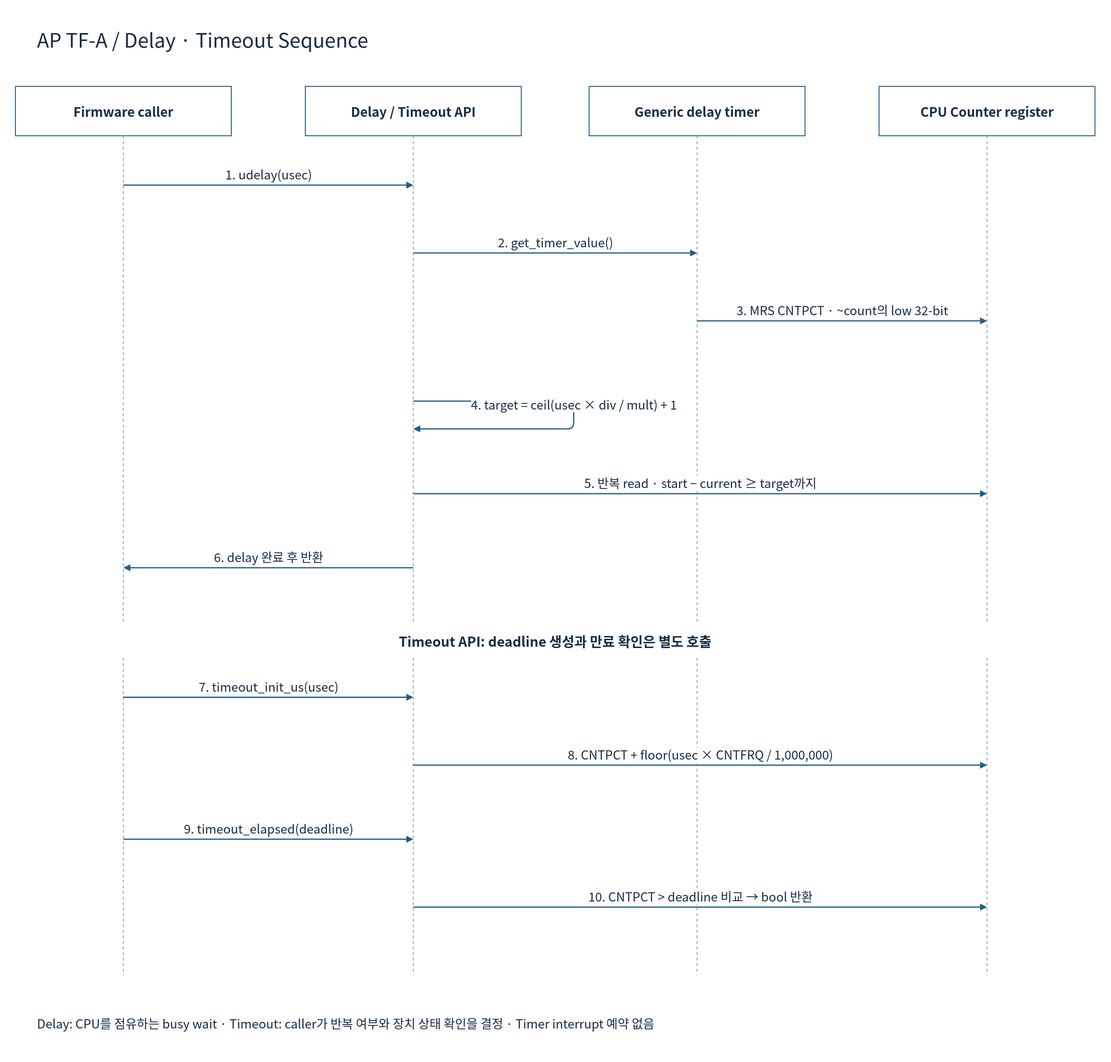
cometzero/project-apollo keeps this draw.io diagram as doc/phase1/timer/diagrams/08c-tfa-delay-sequence.drawio.svg. Above is the earlier version. Source tidied: cells renumbered, new cells last; positions are measured from the earlier drawing's top-left corner, leaving out a move shared by most shapes.
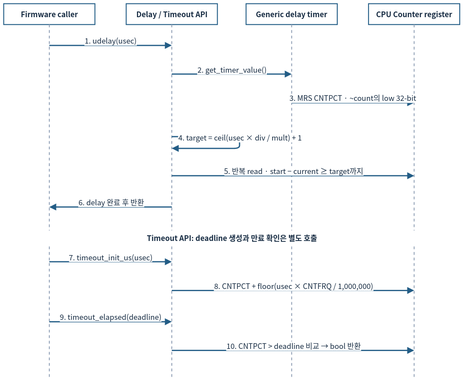
After the change.

What changed in the source:
```diff
@@ -2,127 +2,118 @@
   <root>
     <mxCell id="0" />
     <mxCell id="1" parent="0" />
-    <mxCell id="2" style="rounded=0;whiteSpace=wrap;html=1;fillColor=#FFFFFF;strokeColor=none;strokeWidth=1.5;fontColor=#172C43;fontFamily=Noto Sans CJK KR;fontSize=22;spacing=10;" parent="1" vertex="1">
-      <mxGeometry width="1800" height="1720" as="geometry" />
-    </mxCell>
-    <mxCell id="3" value="AP TF-A / Delay · Timeout Sequence" style="rounded=0;whiteSpace=wrap;html=1;fillColor=#FFFFFF;strokeColor=none;strokeWidth=1.5;fontColor=#172C43;fontFamily=Noto Sans CJK KR;fontSize=22;spacing=10;fontSize=32;align=left;" parent="1" vertex="1">
-      <mxGeometry x="50" y="30" width="1700" height="65" as="geometry" />
-    </mxCell>
-    <mxCell id="4" value="Firmware caller" style="rounded=0;whiteSpace=wrap;html=1;fillColor=#FFFFFF;strokeColor=#235D86;strokeWidth=1.5;fontColor=#172C43;fontFamily=Noto Sans CJK KR;fontSize=22;spacing=10;fontStyle=1;fontSize=21;" parent="1" vertex="1">
-      <mxGeometry x="25" y="140" width="350" height="80" as="geometry" />
+    <mxCell id="4" value="Firmware caller" style="rounded=0;whiteSpace=wrap;html=1;fillColor=#FFFFFF;strokeColor=#235D86;strokeWidth=1.5;fontColor=#172C43;fontFamily=Noto Sans CJK KR;fontStyle=1;fontSize=12;spacing=3;whiteSpace=wrap;" parent="1" vertex="1">
+      <mxGeometry x="12" y="12" width="148" height="33.8" as="geometry" />
     </mxCell>
-    <mxCell id="5" style="endArrow=none;dashed=1;strokeColor=#94A3B8;strokeWidth=1.5;" parent="1" edge="1">
+    <mxCell id="5" style="endArrow=none;dashed=1;strokeColor=#94A3B8;strokeWidth=1.5;fontSize=12;spacing=3;whiteSpace=nowrap;" parent="1" edge="1">
       <mxGeometry relative="1" as="geometry">
-        <mxPoint x="200" y="220" as="sourcePoint" />
-        <mxPoint x="200" y="1580" as="targetPoint" />
+        <mxPoint x="86" y="45.8" as="sourcePoint" />
+        <mxPoint x="86" y="620.9" as="targetPoint" />
       </mxGeometry>
     </mxCell>
-    <mxCell id="6" value="Delay / Timeout API" style="rounded=0;whiteSpace=wrap;html=1;fillColor=#FFFFFF;strokeColor=#235D86;strokeWidth=1.5;fontColor=#172C43;fontFamily=Noto Sans CJK KR;fontSize=22;spacing=10;fontStyle=1;fontSize=21;" parent="1" vertex="1">
-      <mxGeometry x="495" y="140" width="350" height="80" as="geometry" />
+    <mxCell id="6" value="Delay / Timeout API" style="rounded=0;whiteSpace=wrap;html=1;fillColor=#FFFFFF;strokeColor=#235D86;strokeWidth=1.5;fontColor=#172C43;fontFamily=Noto Sans CJK KR;fontStyle=1;fontSize=12;spacing=3;whiteSpace=wrap;" parent="1" vertex="1">
+      <mxGeometry x="210.7" y="12" width="148" height="33.8" as="geometry" />
     </mxCell>
-    <mxCell id="7" style="endArrow=none;dashed=1;strokeColor=#94A3B8;strokeWidth=1.5;" parent="1" edge="1">
+    <mxCell id="7" style="endArrow=none;dashed=1;strokeColor=#94A3B8;strokeWidth=1.5;fontSize=12;spacing=3;whiteSpace=nowrap;" parent="1" edge="1">
       <mxGeometry relative="1" as="geometry">
-        <mxPoint x="670" y="220" as="sourcePoint" />
-        <mxPoint x="670" y="1580" as="targetPoint" />
+        <mxPoint x="284.7" y="45.8" as="sourcePoint" />
+        <mxPoint x="284.7" y="620.9" as="targetPoint" />
       </mxGeometry>
     </mxCell>
-    <mxCell id="8" value="Generic delay timer" style="rounded=0;whiteSpace=wrap;html=1;fillColor=#FFFFFF;strokeColor=#235D86;strokeWidth=1.5;fontColor=#172C43;fontFamily=Noto Sans CJK KR;fontSize=22;spacing=10;fontStyle=1;fontSize=21;" parent="1" vertex="1">
-      <mxGeometry x="955" y="140" width="350" height="80" as="geometry" />
+    <mxCell id="8" value="Generic delay timer" style="rounded=0;whiteSpace=wrap;html=1;fillColor=#FFFFFF;strokeColor=#235D86;strokeWidth=1.5;fontColor=#172C43;fontFamily=Noto Sans CJK KR;fontStyle=1;fontSize=12;spacing=3;whiteSpace=wrap;" parent="1" vertex="1">
+      <mxGeometry x="405.3" y="12" width="148" height="33.8" as="geometry" />
     </mxCell>
-    <mxCell id="9" style="endArrow=none;dashed=1;strokeColor=#94A3B8;strokeWidth=1.5;" parent="1" edge="1">
+    <mxCell id="9" style="endArrow=none;dashed=1;strokeColor=#94A3B8;strokeWidth=1.5;fontSize=12;spacing=3;whiteSpace=nowrap;" parent="1" edge="1">
       <mxGeometry relative="1" as="geometry">
-        <mxPoint x="1130" y="220" as="sourcePoint" />
-        <mxPoint x="1130" y="1580" as="targetPoint" />
+        <mxPoint x="479.3" y="45.8" as="sourcePoint" />
+        <mxPoint x="479.3" y="620.9" as="targetPoint" />
       </mxGeometry>
     </mxCell>
-    <mxCell id="10" value="CPU Counter register" style="rounded=0;whiteSpace=wrap;html=1;fillColor=#FFFFFF;strokeColor=#235D86;strokeWidth=1.5;fontColor=#172C43;fontFamily=Noto Sans CJK KR;fontSize=22;spacing=10;fontStyle=1;fontSize=21;" parent="1" vertex="1">
-      <mxGeometry x="1425" y="140" width="350" height="80" as="geometry" />
+    <mxCell id="10" value="CPU Counter register" style="rounded=0;whiteSpace=wrap;html=1;fillColor=#FFFFFF;strokeColor=#235D86;strokeWidth=1.5;fontColor=#172C43;fontFamily=Noto Sans CJK KR;fontStyle=1;fontSize=12;spacing=3;whiteSpace=wrap;" parent="1" vertex="1">
+      <mxGeometry x="604" y="12" width="148" height="33.8" as="geometry" />
     </mxCell>
-    <mxCell id="11" style="endArrow=none;dashed=1;strokeColor=#94A3B8;strokeWidth=1.5;" parent="1" edge="1">
+    <mxCell id="11" style="endArrow=none;dashed=1;strokeColor=#94A3B8;strokeWidth=1.5;fontSize=12;spacing=3;whiteSpace=nowrap;" parent="1" edge="1">
       <mxGeometry relative="1" as="geometry">
-        <mxPoint x="1600" y="220" as="sourcePoint" />
-        <mxPoint x="1600" y="1580" as="targetPoint" />
+        <mxPoint x="678" y="45.8" as="sourcePoint" />
+        <mxPoint x="678" y="620.9" as="targetPoint" />
       </mxGeometry>
     </mxCell>
-    <mxCell id="12" value="1. udelay(usec)" style="edgeStyle=none;html=1;endArrow=block;endFill=1;strokeColor=#235D86;strokeWidth=2;fontColor=#172C43;fontFamily=Noto Sans CJK KR;fontSize=20;labelBackgroundColor=#FFFFFF;" parent="1" edge="1">
+    <mxCell id="12" value="1. udelay(usec)" style="edgeStyle=none;html=1;endArrow=block;endFill=1;strokeColor=#235D86;strokeWidth=2;fontColor=#172C43;fontFamily=Noto Sans CJK KR;labelBackgroundColor=#FFFFFF;fontSize=12;spacing=3;whiteSpace=nowrap;" parent="1" edge="1">
       <mxGeometry relative="1" as="geometry">
-        <mxPoint x="200" y="300" as="sourcePoint" />
-        <mxPoint x="670" y="300" as="targetPoint" />
-        <mxPoint y="-18" as="offset" />
+        <mxPoint x="86" y="79.7" as="sourcePoint" />
+        <mxPoint x="284.7" y="79.7" as="targetPoint" />
+        <mxPoint y="-7.6" as="offset" />
       </mxGeometry>
     </mxCell>
-    <mxCell id="13" value="2. get_timer_value()" style="edgeStyle=none;html=1;endArrow=block;endFill=1;strokeColor=#235D86;strokeWidth=2;fontColor=#172C43;fontFamily=Noto Sans CJK KR;fontSize=20;labelBackgroundColor=#FFFFFF;" parent="1" edge="1">
+    <mxCell id="13" value="2. get_timer_value()" style="edgeStyle=none;html=1;endArrow=block;endFill=1;strokeColor=#235D86;strokeWidth=2;fontColor=#172C43;fontFamily=Noto Sans CJK KR;labelBackgroundColor=#FFFFFF;fontSize=12;spacing=3;whiteSpace=nowrap;" parent="1" edge="1">
       <mxGeometry relative="1" as="geometry">
-        <mxPoint x="670" y="410" as="sourcePoint" />
-        <mxPoint x="1130" y="410" as="targetPoint" />
-        <mxPoint y="-18" as="offset" />
+        <mxPoint x="284.7" y="126.2" as="sourcePoint" />
+        <mxPoint x="479.3" y="126.2" as="targetPoint" />
+        <mxPoint y="-7.6" as="offset" />
       </mxGeometry>
     </mxCell>
-    <mxCell id="14" value="3. MRS CNTPCT · ~count의 low 32-bit" style="edgeStyle=none;html=1;endArrow=block;endFill=1;strokeColor=#235D86;strokeWidth=2;fontColor=#172C43;fontFamily=Noto Sans CJK KR;fontSize=20;labelBackgroundColor=#FFFFFF;" parent="1" edge="1">
+    <mxCell id="14" value="3. MRS CNTPCT · ~count의 low 32-bit" style="edgeStyle=none;html=1;endArrow=block;endFill=1;strokeColor=#235D86;strokeWidth=2;fontColor=#172C43;fontFamily=Noto Sans CJK KR;labelBackgroundColor=#FFFFFF;fontSize=12;spacing=3;whiteSpace=nowrap;" parent="1" edge="1">
       <mxGeometry relative="1" as="geometry">
-        <mxPoint x="1130" y="520" as="sourcePoint" />
-        <mxPoint x="1600" y="520" as="targetPoint" />
-        <mxPoint y="-18" as="offset" />
+        <mxPoint x="479.3" y="172.7" as="sourcePoint" />
+        <mxPoint x="678" y="172.7" as="targetPoint" />
+        <mxPoint y="-7.6" as="offset" />
       </mxGeometry>
     </mxCell>
-    <mxCell id="15" value="4. target = ceil(usec × div / mult) + 1" style="edgeStyle=none;html=1;endArrow=block;endFill=1;strokeColor=#235D86;strokeWidth=2;fontColor=#172C43;fontFamily=Noto Sans CJK KR;fontSize=20;labelBackgroundColor=#FFFFFF;" parent="1" edge="1">
+    <mxCell id="15" value="4. target = ceil(usec × div / mult) + 1" style="edgeStyle=none;html=1;endArrow=block;endFill=1;strokeColor=#235D86;strokeWidth=2;fontColor=#172C43;fontFamily=Noto Sans CJK KR;labelBackgroundColor=#FFFFFF;fontSize=12;spacing=3;whiteSpace=nowrap;" parent="1" edge="1">
       <mxGeometry relative="1" as="geometry">
-        <mxPoint x="670" y="650" as="sourcePoint" />
-        <mxPoint x="670" y="695" as="targetPoint" />
+        <mxPoint x="284.7" y="227.7" as="sourcePoint" />
+        <mxPoint x="284.7" y="246.7" as="targetPoint" />
         <Array as="points">
-          <mxPoint x="930" y="650" />
-          <mxPoint x="930" y="695" />
+          <mxPoint x="394.7" y="227.7" />
+          <mxPoint x="394.7" y="246.7" />
         </Array>
-        <mxPoint y="-18" as="offset" />
+        <mxPoint y="-7.6" as="offset" />
       </mxGeometry>
     </mxCell>
-    <mxCell id="16" value="5. 반복 read · start − current ≥ target까지" style="edgeStyle=none;html=1;endArrow=block;endFill=1;strokeColor=#235D86;strokeWidth=2;fontColor=#172C43;fontFamily=Noto Sans CJK KR;fontSize=20;labelBackgroundColor=#FFFFFF;" parent="1" edge="1">
+    <mxCell id="16" value="5. 반복 read · start − current ≥ target까지" style="edgeStyle=none;html=1;endArrow=block;endFill=1;strokeColor=#235D86;strokeWidth=2;fontColor=#172C43;fontFamily=Noto Sans CJK KR;labelBackgroundColor=#FFFFFF;fontSize=12;spacing=3;whiteSpace=nowrap;" parent="1" edge="1">
       <mxGeometry relative="1" as="geometry">
-        <mxPoint x="670" y="800" as="sourcePoint" />
-        <mxPoint x="1600" y="800" as="targetPoint" />
-        <mxPoint y="-18" as="offset" />
+        <mxPoint x="284.7" y="291.1" as="sourcePoint" />
+        <mxPoint x="678" y="291.1" as="targetPoint" />
+        <mxPoint y="-7.6" as="offset" />
       </mxGeometry>
     </mxCell>
-    <mxCell id="17" value="6. delay 완료 후 반환" style="edgeStyle=none;html=1;endArrow=block;endFill=1;strokeColor=#235D86;strokeWidth=2;fontColor=#172C43;fontFamily=Noto Sans CJK KR;fontSize=20;labelBackgroundColor=#FFFFFF;" parent="1" edge="1">
+    <mxCell id="17" value="6. delay 완료 후 반환" style="edgeStyle=none;html=1;endArrow=block;endFill=1;strokeColor=#235D86;strokeWidth=2;fontColor=#172C43;fontFamily=Noto Sans CJK KR;labelBackgroundColor=#FFFFFF;fontSize=12;spacing=3;whiteSpace=nowrap;" parent="1" edge="1">
       <mxGeometry relative="1" as="geometry">
-        <mxPoint x="670" y="920" as="sourcePoint" />
-        <mxPoint x="200" y="920" as="targetPoint" />
-        <mxPoint y="-18" as="offset" />
+        <mxPoint x="284.7" y="341.8" as="sourcePoint" />
+        <mxPoint x="86" y="341.8" as="targetPoint" />
+        <mxPoint y="-7.6" as="offset" />
       </mxGeometry>
     </mxCell>
-    <mxCell id="18" value="Timeout API: deadline 생성과 만료 확인은 별도 호출" style="rounded=0;whiteSpace=wrap;html=1;fillColor=#FFFFFF;strokeColor=none;strokeWidth=1.5;fontColor=#172C43;fontFamily=Noto Sans CJK KR;fontSize=22;spacing=10;fontStyle=1;" parent="1" vertex="1">
-      <mxGeometry x="50" y="1010" width="1700" height="55" as="geometry" />
+    <mxCell id="18" value="Timeout API: deadline 생성과 만료 확인은 별도 호출" style="rounded=0;whiteSpace=wrap;html=1;fillColor=#FFFFFF;strokeColor=none;strokeWidth=1.5;fontColor=#172C43;fontFamily=Noto Sans CJK KR;fontStyle=1;fontSize=12;spacing=3;whiteSpace=wrap;" parent="1" vertex="1">
+      <mxGeometry x="22.6" y="379.9" width="718.9" height="23.3" as="geometry" />
     </mxCell>
-    <mxCell id="19" value="7. timeout_init_us(usec)" style="edgeStyle=none;html=1;endArrow=block;endFill=1;strokeColor=#235D86;strokeWidth=2;fontColor=#172C43;fontFamily=Noto Sans CJK KR;fontSize=20;labelBackgroundColor=#FFFFFF;" parent="1" edge="1">
+    <mxCell id="19" value="7. timeout_init_us(usec)" style="edgeStyle=none;html=1;endArrow=block;endFill=1;strokeColor=#235D86;strokeWidth=2;fontColor=#172C43;fontFamily=Noto Sans CJK KR;labelBackgroundColor=#FFFFFF;fontSize=12;spacing=3;whiteSpace=nowrap;" parent="1" edge="1">
       <mxGeometry relative="1" as="geometry">
-        <mxPoint x="200" y="1130" as="sourcePoint" />
-        <mxPoint x="670" y="1130" as="targetPoint" />
-        <mxPoint y="-18" as="offset" />
+        <mxPoint x="86" y="430.6" as="sourcePoint" />
+        <mxPoint x="284.7" y="430.6" as="targetPoint" />
+        <mxPoint y="-7.6" as="offset" />
       </mxGeometry>
     </mxCell>
-    <mxCell id="20" value="8. CNTPCT + floor(usec × CNTFRQ / 1,000,000)" style="edgeStyle=none;html=1;endArrow=block;endFill=1;strokeColor=#235D86;strokeWidth=2;fontColor=#172C43;fontFamily=Noto Sans CJK KR;fontSize=20;labelBackgroundColor=#FFFFFF;" parent="1" edge="1">
+    <mxCell id="20" value="8. CNTPCT + floor(usec × CNTFRQ / 1,000,000)" style="edgeStyle=none;html=1;endArrow=block;endFill=1;strokeColor=#235D86;strokeWidth=2;fontColor=#172C43;fontFamily=Noto Sans CJK KR;labelBackgroundColor=#FFFFFF;fontSize=12;spacing=3;whiteSpace=nowrap;" parent="1" edge="1">
       <mxGeometry relative="1" as="geometry">
-        <mxPoint x="670" y="1240" as="sourcePoint" />
-        <mxPoint x="1600" y="1240" as="targetPoint" />
-        <mxPoint y="-18" as="offset" />
+        <mxPoint x="284.7" y="477.1" as="sourcePoint" />
+        <mxPoint x="678" y="477.1" as="targetPoint" />
+        <mxPoint y="-7.6" as="offset" />
       </mxGeometry>
     </mxCell>
-    <mxCell id="21" value="9. timeout_elapsed(deadline)" style="edgeStyle=none;html=1;endArrow=block;endFill=1;strokeColor=#235D86;strokeWidth=2;fontColor=#172C43;fontFamily=Noto Sans CJK KR;fontSize=20;labelBackgroundColor=#FFFFFF;" parent="1" edge="1">
+    <mxCell id="21" value="9. timeout_elapsed(deadline)" style="edgeStyle=none;html=1;endArrow=block;endFill=1;strokeColor=#235D86;strokeWidth=2;fontColor=#172C43;fontFamily=Noto Sans CJK KR;labelBackgroundColor=#FFFFFF;fontSize=12;spacing=3;whiteSpace=nowrap;" parent="1" edge="1">
       <mxGeometry relative="1" as="geometry">
-        <mxPoint x="200" y="1360" as="sourcePoint" />
-        <mxPoint x="670" y="1360" as="targetPoint" />
-        <mxPoint y="-18" as="offset" />
+        <mxPoint x="86" y="527.9" as="sourcePoint" />
+        <mxPoint x="284.7" y="527.9" as="targetPoint" />
+        <mxPoint y="-7.6" as="offset" />
       </mxGeometry>
     </mxCell>
-    <mxCell id="22" value="10. CNTPCT &gt; deadline 비교 → bool 반환" style="edgeStyle=none;html=1;endArrow=block;endFill=1;strokeColor=#235D86;strokeWidth=2;fontColor=#172C43;fontFamily=Noto Sans CJK KR;fontSize=20;labelBackgroundColor=#FFFFFF;" parent="1" edge="1">
+    <mxCell id="22" value="10. CNTPCT &amp;gt; deadline 비교 → bool 반환" style="edgeStyle=none;html=1;endArrow=block;endFill=1;strokeColor=#235D86;strokeWidth=2;fontColor=#172C43;fontFamily=Noto Sans CJK KR;labelBackgroundColor=#FFFFFF;fontSize=12;spacing=3;whiteSpace=nowrap;" parent="1" edge="1">
       <mxGeometry relative="1" as="geometry">
-        <mxPoint x="670" y="1470" as="sourcePoint" />
-        <mxPoint x="1600" y="1470" as="targetPoint" />
-        <mxPoint y="-18" as="offset" />
+        <mxPoint x="284.7" y="574.4" as="sourcePoint" />
+        <mxPoint x="678" y="574.4" as="targetPoint" />
+        <mxPoint y="-7.6" as="offset" />
       </mxGeometry>
     </mxCell>
-    <mxCell id="23" value="Delay: CPU를 점유하는 busy wait · Timeout: caller가 반복 여부와 장치 상태 확인을 결정 · Timer interrupt 예약 없음" style="rounded=0;whiteSpace=wrap;html=1;fillColor=#FFFFFF;strokeColor=none;strokeWidth=1.5;fontColor=#172C43;fontFamily=Noto Sans CJK KR;fontSize=22;spacing=10;fontSize=20;align=left;" parent="1" vertex="1">
-      <mxGeometry x="50" y="1630" width="1700" height="55" as="geometry" />
-    </mxCell>
   </root>
 </mxGraphModel>
```
